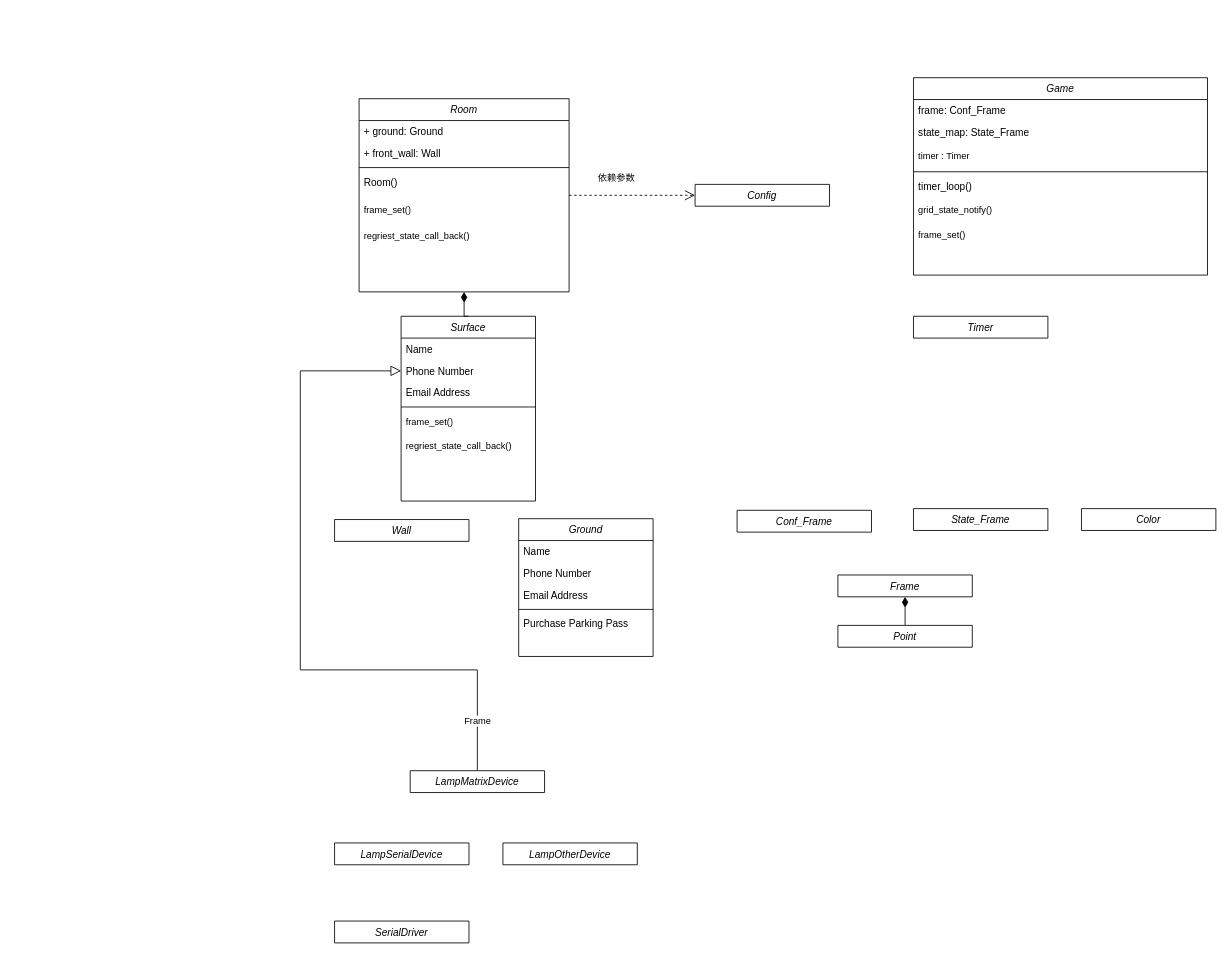
pleasecallmekaige/drawio_file keeps this draw.io diagram as mhfg/方格控制框图.drawio. Above is the earlier version. Source tidied: cells renumbered, new cells numbered last; positions are measured from the earlier drawing's top-left corner, leaving out a move shared by most shapes. Both pictures are drawn from the tidied source at 84%, with x=0, y=0 at pixel (300, 77).
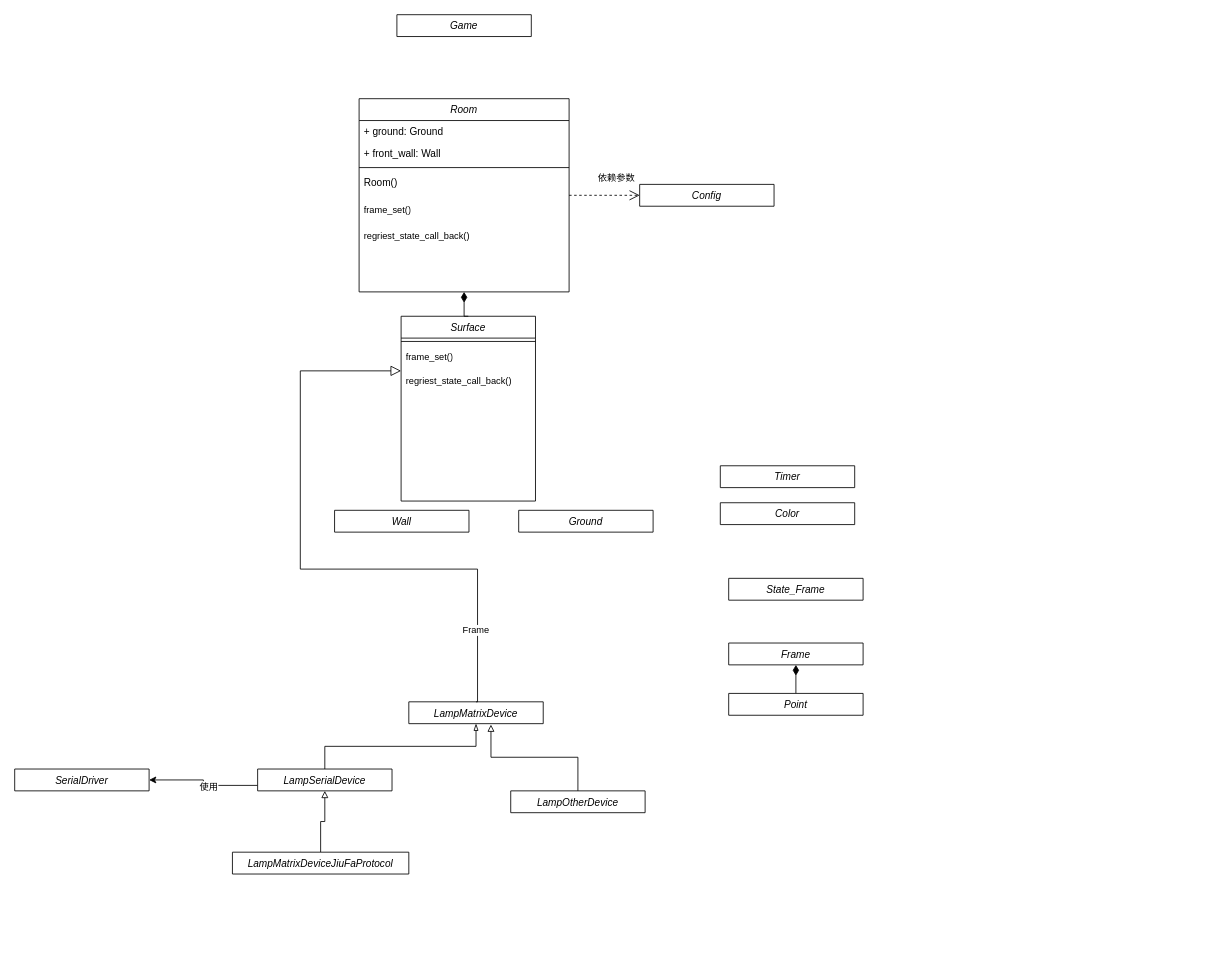
Above is the later version.

Commit message:
更新方格控制框图.drawio

The change refers to these unchanged cells:
```xml
<mxCell id="32" value="Surface" style="swimlane;fontStyle=2;align=center;verticalAlign=top;horizontal=1;startSize=26;rounded=0;shadow=0;strokeWidth=1;" parent="1" vertex="1">
  <mxGeometry x="120" y="284" width="160" height="220" as="geometry" />
</mxCell>
```

What changed in the source:
```diff
@@
-    <mxCell id="2" style="edgeStyle=orthogonalEdgeStyle;shape=connector;rounded=0;jettySize=auto;html=1;exitX=0.5;exitY=0;exitDx=0;exitDy=0;entryX=0;entryY=0.5;entryDx=0;entryDy=0;strokeColor=default;align=center;verticalAlign=middle;fontFamily=Helvetica;fontSize=11;fontColor=default;labelBackgroundColor=default;endArrow=block;endFill=0;endSize=10;targetPerimeterSpacing=0;" parent="1" edge="1" source="3" target="34">
+    <mxCell id="2" style="edgeStyle=orthogonalEdgeStyle;shape=connector;rounded=0;jettySize=auto;html=1;exitX=0.5;exitY=0;exitDx=0;exitDy=0;entryX=0;entryY=0.5;entryDx=0;entryDy=0;strokeColor=default;align=center;verticalAlign=middle;fontFamily=Helvetica;fontSize=11;fontColor=default;labelBackgroundColor=default;endArrow=block;endFill=0;endSize=10;targetPerimeterSpacing=0;" parent="1" edge="1" source="3">
       <mxGeometry relative="1" as="geometry">
+        <mxPoint x="120" y="349" as="targetPoint" />
         <Array as="points">
-          <mxPoint x="211" y="705" />
-          <mxPoint y="705" />
+          <mxPoint x="211" y="743" />
+          <mxPoint x="211" y="585" />
+          <mxPoint y="585" />
           <mxPoint y="349" />
         </Array>
       </mxGeometry>
     </mxCell>
-    <mxCell id="3" value="LampMatrixDevice&#10;&#10;" style="swimlane;fontStyle=2;align=center;verticalAlign=top;horizontal=1;startSize=26;rounded=0;shadow=0;strokeWidth=1;" parent="1" vertex="1" collapsed="1">
-      <mxGeometry x="130.8" y="825" width="160" height="26" as="geometry" />
+    <mxCell id="3" value="LampMatrixDevice&#10;&#10;" style="swimlane;fontStyle=2;align=center;verticalAlign=top;horizontal=1;startSize=0;rounded=0;shadow=0;strokeWidth=1;" parent="1" vertex="1" collapsed="1">
+      <mxGeometry x="129.2" y="743" width="160" height="26" as="geometry" />
     </mxCell>
     <mxCell id="4" style="align=left;verticalAlign=bottom;labelBackgroundColor=none;fontSize=12;" parent="1" vertex="1">
-      <mxGeometry x="320" y="1023" as="geometry" />
+      <mxGeometry x="329.2" y="961" as="geometry" />
     </mxCell>
     <mxCell id="5" value="Frame" style="swimlane;fontStyle=2;align=center;verticalAlign=top;horizontal=1;startSize=26;rounded=0;shadow=0;strokeWidth=1;" parent="1" vertex="1" collapsed="1">
-      <mxGeometry x="640" y="592" width="160" height="26" as="geometry" />
+      <mxGeometry x="510" y="673" width="160" height="26" as="geometry" />
     </mxCell>
     <mxCell id="6" style="align=left;verticalAlign=bottom;labelBackgroundColor=none;fontSize=12;" parent="1" vertex="1">
-      <mxGeometry x="790" y="526" as="geometry" />
+      <mxGeometry x="710" y="607" as="geometry" />
     </mxCell>
@@
     <mxCell id="8" value="Point" style="swimlane;fontStyle=2;align=center;verticalAlign=top;horizontal=1;startSize=26;rounded=0;shadow=0;strokeWidth=1;" parent="1" vertex="1" collapsed="1">
-      <mxGeometry x="640" y="652" width="160" height="26" as="geometry" />
+      <mxGeometry x="510" y="733" width="160" height="26" as="geometry" />
     </mxCell>
     <mxCell id="9" style="align=left;verticalAlign=bottom;labelBackgroundColor=none;fontSize=12;" parent="1" vertex="1">
-      <mxGeometry x="780" y="334" as="geometry" />
+      <mxGeometry x="700" y="415" as="geometry" />
     </mxCell>
+    <mxCell id="57" style="edgeStyle=orthogonalEdgeStyle;rounded=0;jettySize=auto;html=1;exitX=0.5;exitY=0;exitDx=0;exitDy=0;entryX=0.5;entryY=1;entryDx=0;entryDy=0;endArrow=blockThin;endFill=0;" parent="1" edge="1" source="10" target="3">
+      <mxGeometry relative="1" as="geometry" />
+    </mxCell>
+    <mxCell id="58" style="edgeStyle=orthogonalEdgeStyle;rounded=0;jettySize=auto;html=1;exitX=0;exitY=0.75;exitDx=0;exitDy=0;" parent="1" edge="1" source="10" target="55">
+      <mxGeometry relative="1" as="geometry" />
+    </mxCell>
+    <mxCell id="59" value="使用" style="edgeLabel;html=1;align=center;verticalAlign=middle;" parent="58" vertex="1">
+      <mxGeometry x="-0.14" y="1" relative="1" as="geometry">
+        <mxPoint x="-1" as="offset" />
+      </mxGeometry>
+    </mxCell>
     <mxCell id="10" value="LampSerialDevice" style="swimlane;fontStyle=2;align=center;verticalAlign=top;horizontal=1;startSize=26;rounded=0;shadow=0;strokeWidth=1;" parent="1" vertex="1" collapsed="1">
-      <mxGeometry x="40.8" y="911" width="160" height="26" as="geometry" />
+      <mxGeometry x="-50.8" y="823" width="160" height="26" as="geometry" />
     </mxCell>
@@
     <mxCell id="21" value="Config" style="swimlane;fontStyle=2;align=center;verticalAlign=top;horizontal=1;startSize=26;rounded=0;shadow=0;strokeWidth=1;" parent="1" vertex="1" collapsed="1">
-      <mxGeometry x="470" y="127" width="160" height="26" as="geometry" />
+      <mxGeometry x="404" y="127" width="160" height="26" as="geometry" />
     </mxCell>
@@
     <mxCell id="23" value="Wall" style="swimlane;fontStyle=2;align=center;verticalAlign=top;horizontal=1;startSize=26;rounded=0;shadow=0;strokeWidth=1;" parent="1" vertex="1" collapsed="1">
-      <mxGeometry x="40.8" y="526" width="160" height="26" as="geometry" />
+      <mxGeometry x="40.8" y="515" width="160" height="26" as="geometry" />
     </mxCell>
     <mxCell id="24" style="align=left;verticalAlign=bottom;labelBackgroundColor=none;fontSize=12;" parent="1" vertex="1">
-      <mxGeometry x="239.8" y="735" as="geometry" />
+      <mxGeometry x="249" y="673" as="geometry" />
     </mxCell>
-    <mxCell id="25" value="Ground" style="swimlane;fontStyle=2;align=center;verticalAlign=top;horizontal=1;startSize=26;rounded=0;shadow=0;strokeWidth=1;" parent="1" vertex="1">
-      <mxGeometry x="260" y="525" width="160" height="164" as="geometry" />
+    <mxCell id="25" value="Ground" style="swimlane;fontStyle=2;align=center;verticalAlign=top;horizontal=1;startSize=26;rounded=0;shadow=0;strokeWidth=1;" parent="1" vertex="1" collapsed="1">
+      <mxGeometry x="260" y="515" width="160" height="26" as="geometry" />
     </mxCell>
-    <mxCell id="26" value="Name" style="text;align=left;verticalAlign=top;spacingLeft=4;spacingRight=4;overflow=hidden;" parent="25" vertex="1">
-      <mxGeometry y="26" width="160" height="26" as="geometry" />
-    </mxCell>
-    <mxCell id="27" value="Phone Number" style="text;align=left;verticalAlign=top;spacingLeft=4;spacingRight=4;overflow=hidden;rounded=0;shadow=0;html=0;" parent="25" vertex="1">
-      <mxGeometry y="52" width="160" height="26" as="geometry" />
-    </mxCell>
-    <mxCell id="28" value="Email Address" style="text;align=left;verticalAlign=top;spacingLeft=4;spacingRight=4;overflow=hidden;rounded=0;shadow=0;html=0;" parent="25" vertex="1">
-      <mxGeometry y="78" width="160" height="26" as="geometry" />
-    </mxCell>
-    <mxCell id="29" style="line;html=1;strokeWidth=1;align=left;verticalAlign=middle;spacingTop=-1;spacingLeft=3;spacingRight=3;labelPosition=right;" parent="25" vertex="1">
-      <mxGeometry y="104" width="160" height="8" as="geometry" />
-    </mxCell>
-    <mxCell id="30" value="Purchase Parking Pass" style="text;align=left;verticalAlign=top;spacingLeft=4;spacingRight=4;overflow=hidden;" parent="25" vertex="1">
-      <mxGeometry y="112" width="160" height="26" as="geometry" />
-    </mxCell>
@@
-    <mxCell id="33" value="Name" style="text;align=left;verticalAlign=top;spacingLeft=4;spacingRight=4;overflow=hidden;" parent="32" vertex="1">
-      <mxGeometry y="26" width="160" height="26" as="geometry" />
-    </mxCell>
-    <mxCell id="34" value="Phone Number" style="text;align=left;verticalAlign=top;spacingLeft=4;spacingRight=4;overflow=hidden;points=[[0,0.5],[1,0.5]];portConstraint=eastwest;rounded=0;shadow=0;html=0;" parent="32" vertex="1">
-      <mxGeometry y="52" width="160" height="26" as="geometry" />
-    </mxCell>
-    <mxCell id="35" value="Email Address" style="text;align=left;verticalAlign=top;spacingLeft=4;spacingRight=4;overflow=hidden;rounded=0;shadow=0;html=0;" parent="32" vertex="1">
-      <mxGeometry y="78" width="160" height="26" as="geometry" />
-    </mxCell>
     <mxCell id="36" style="line;html=1;strokeWidth=1;align=left;verticalAlign=middle;spacingTop=-1;spacingLeft=3;spacingRight=3;labelPosition=right;" parent="32" vertex="1">
-      <mxGeometry y="104" width="160" height="8" as="geometry" />
+      <mxGeometry y="26" width="160" height="8" as="geometry" />
     </mxCell>
     <mxCell id="37" value="frame_set()" style="text;strokeColor=none;fillColor=none;align=left;verticalAlign=middle;spacingLeft=4;spacingRight=4;overflow=hidden;whiteSpace=wrap;html=1;fontFamily=Helvetica;fontSize=11;fontColor=default;labelBackgroundColor=default;" parent="32" vertex="1">
-      <mxGeometry y="112" width="160" height="28" as="geometry" />
+      <mxGeometry y="34" width="160" height="28" as="geometry" />
     </mxCell>
     <mxCell id="38" value="regriest_state_call_back()" style="text;strokeColor=none;fillColor=none;align=left;verticalAlign=middle;spacingLeft=4;spacingRight=4;overflow=hidden;whiteSpace=wrap;html=1;fontFamily=Helvetica;fontSize=11;fontColor=default;labelBackgroundColor=default;" parent="32" vertex="1">
-      <mxGeometry y="140" width="160" height="30" as="geometry" />
+      <mxGeometry y="62" width="160" height="30" as="geometry" />
     </mxCell>
     <mxCell id="39" style="align=left;verticalAlign=bottom;labelBackgroundColor=none;fontSize=12;" parent="1" vertex="1">
-      <mxGeometry x="290.8" y="984" as="geometry" />
+      <mxGeometry x="300" y="922" as="geometry" />
     </mxCell>
@@
-    <mxCell id="42" value="Game" style="swimlane;fontStyle=2;align=center;verticalAlign=top;horizontal=1;startSize=26;rounded=0;shadow=0;strokeWidth=1;" parent="1" vertex="1">
-      <mxGeometry x="730" width="350" height="235" as="geometry" />
+    <mxCell id="42" value="Game" style="swimlane;fontStyle=2;align=center;verticalAlign=top;horizontal=1;startSize=26;rounded=0;shadow=0;strokeWidth=1;" parent="1" vertex="1" collapsed="1">
+      <mxGeometry x="115" y="-75" width="160" height="26" as="geometry" />
     </mxCell>
-    <mxCell id="43" value="frame: Conf_Frame" style="text;align=left;verticalAlign=top;spacingLeft=4;spacingRight=4;overflow=hidden;rounded=0;shadow=0;html=0;" parent="42" vertex="1">
-      <mxGeometry y="26" width="350" height="26" as="geometry" />
-    </mxCell>
-    <mxCell id="44" value="state_map: State_Frame" style="text;align=left;verticalAlign=top;spacingLeft=4;spacingRight=4;overflow=hidden;rounded=0;shadow=0;html=0;" parent="42" vertex="1">
-      <mxGeometry y="52" width="350" height="26" as="geometry" />
-    </mxCell>
-    <mxCell id="45" value="timer : Timer" style="text;strokeColor=none;fillColor=none;align=left;verticalAlign=middle;spacingLeft=4;spacingRight=4;overflow=hidden;whiteSpace=wrap;html=1;fontFamily=Helvetica;fontSize=11;fontColor=default;labelBackgroundColor=default;" parent="42" vertex="1">
-      <mxGeometry y="78" width="350" height="30" as="geometry" />
-    </mxCell>
-    <mxCell id="46" style="line;html=1;strokeWidth=1;align=left;verticalAlign=middle;spacingTop=-1;spacingLeft=3;spacingRight=3;labelPosition=right;" parent="42" vertex="1">
-      <mxGeometry y="108" width="350" height="8" as="geometry" />
-    </mxCell>
-    <mxCell id="47" value="timer_loop()" style="text;align=left;verticalAlign=top;spacingLeft=4;spacingRight=4;overflow=hidden;" parent="42" vertex="1">
-      <mxGeometry y="116" width="350" height="26" as="geometry" />
-    </mxCell>
-    <mxCell id="48" value="grid_state_notify()" style="text;strokeColor=none;fillColor=none;align=left;verticalAlign=middle;spacingLeft=4;spacingRight=4;overflow=hidden;whiteSpace=wrap;html=1;fontFamily=Helvetica;fontSize=11;fontColor=default;labelBackgroundColor=default;" parent="42" vertex="1">
-      <mxGeometry y="142" width="350" height="30" as="geometry" />
-    </mxCell>
-    <mxCell id="49" value="frame_set()" style="text;strokeColor=none;fillColor=none;align=left;verticalAlign=middle;spacingLeft=4;spacingRight=4;overflow=hidden;whiteSpace=wrap;html=1;fontFamily=Helvetica;fontSize=11;fontColor=default;labelBackgroundColor=default;" parent="42" vertex="1">
-      <mxGeometry y="172" width="350" height="30" as="geometry" />
-    </mxCell>
-    <mxCell id="50" value="Conf_Frame" style="swimlane;fontStyle=2;align=center;verticalAlign=top;horizontal=1;startSize=26;rounded=0;shadow=0;strokeWidth=1;" parent="1" vertex="1" collapsed="1">
-      <mxGeometry x="520" y="515" width="160" height="26" as="geometry" />
-    </mxCell>
     <mxCell id="51" value="State_Frame" style="swimlane;fontStyle=2;align=center;verticalAlign=top;horizontal=1;startSize=26;rounded=0;shadow=0;strokeWidth=1;" parent="1" vertex="1" collapsed="1">
-      <mxGeometry x="730" y="513" width="160" height="26" as="geometry" />
+      <mxGeometry x="510" y="596" width="160" height="26" as="geometry" />
     </mxCell>
     <mxCell id="52" value="Color" style="swimlane;fontStyle=2;align=center;verticalAlign=top;horizontal=1;startSize=0;rounded=0;shadow=0;strokeWidth=1;" parent="1" vertex="1" collapsed="1">
-      <mxGeometry x="930" y="513" width="160" height="26" as="geometry" />
+      <mxGeometry x="500" y="506" width="160" height="26" as="geometry" />
     </mxCell>
     <mxCell id="53" value="Frame" style="text;html=1;align=center;verticalAlign=middle;strokeColor=none;fillColor=none;fontFamily=Helvetica;fontSize=11;fontColor=default;labelBackgroundColor=default;" parent="1" vertex="1">
-      <mxGeometry x="181.2" y="751" width="60" height="30" as="geometry" />
+      <mxGeometry x="179.2" y="643" width="60" height="30" as="geometry" />
     </mxCell>
     <mxCell id="54" value="LampOtherDevice" style="swimlane;fontStyle=2;align=center;verticalAlign=top;horizontal=1;startSize=26;rounded=0;shadow=0;strokeWidth=1;" parent="1" vertex="1" collapsed="1">
-      <mxGeometry x="241.2" y="911" width="160" height="26" as="geometry" />
+      <mxGeometry x="250.5" y="849" width="160" height="26" as="geometry" />
     </mxCell>
     <mxCell id="55" value="SerialDriver" style="swimlane;fontStyle=2;align=center;verticalAlign=top;horizontal=1;startSize=26;rounded=0;shadow=0;strokeWidth=1;" parent="1" vertex="1" collapsed="1">
-      <mxGeometry x="40.8" y="1004" width="160" height="26" as="geometry" />
+      <mxGeometry x="-340" y="823" width="160" height="26" as="geometry" />
     </mxCell>
     <mxCell id="56" value="Timer" style="swimlane;fontStyle=2;align=center;verticalAlign=top;horizontal=1;startSize=26;rounded=0;shadow=0;strokeWidth=1;" parent="1" vertex="1" collapsed="1">
-      <mxGeometry x="730" y="284" width="160" height="26" as="geometry" />
+      <mxGeometry x="500" y="462" width="160" height="26" as="geometry" />
     </mxCell>
+    <mxCell id="60" style="edgeStyle=orthogonalEdgeStyle;rounded=0;jettySize=auto;html=1;exitX=0.5;exitY=0;exitDx=0;exitDy=0;entryX=0.5;entryY=1;entryDx=0;entryDy=0;endArrow=block;endFill=0;" parent="1" edge="1" source="61" target="10">
+      <mxGeometry relative="1" as="geometry" />
+    </mxCell>
+    <mxCell id="61" value="LampMatrixDeviceJiuFaProtocol" style="swimlane;fontStyle=2;align=center;verticalAlign=top;horizontal=1;startSize=26;rounded=0;shadow=0;strokeWidth=1;" parent="1" vertex="1" collapsed="1">
+      <mxGeometry x="-80.8" y="922" width="210" height="26" as="geometry" />
+    </mxCell>
+    <mxCell id="62" style="edgeStyle=orthogonalEdgeStyle;rounded=0;jettySize=auto;html=1;exitX=0.5;exitY=0;exitDx=0;exitDy=0;entryX=0.611;entryY=1.042;entryDx=0;entryDy=0;entryPerimeter=0;endArrow=block;endFill=0;" parent="1" edge="1" source="54" target="3">
+      <mxGeometry relative="1" as="geometry" />
+    </mxCell>
```
